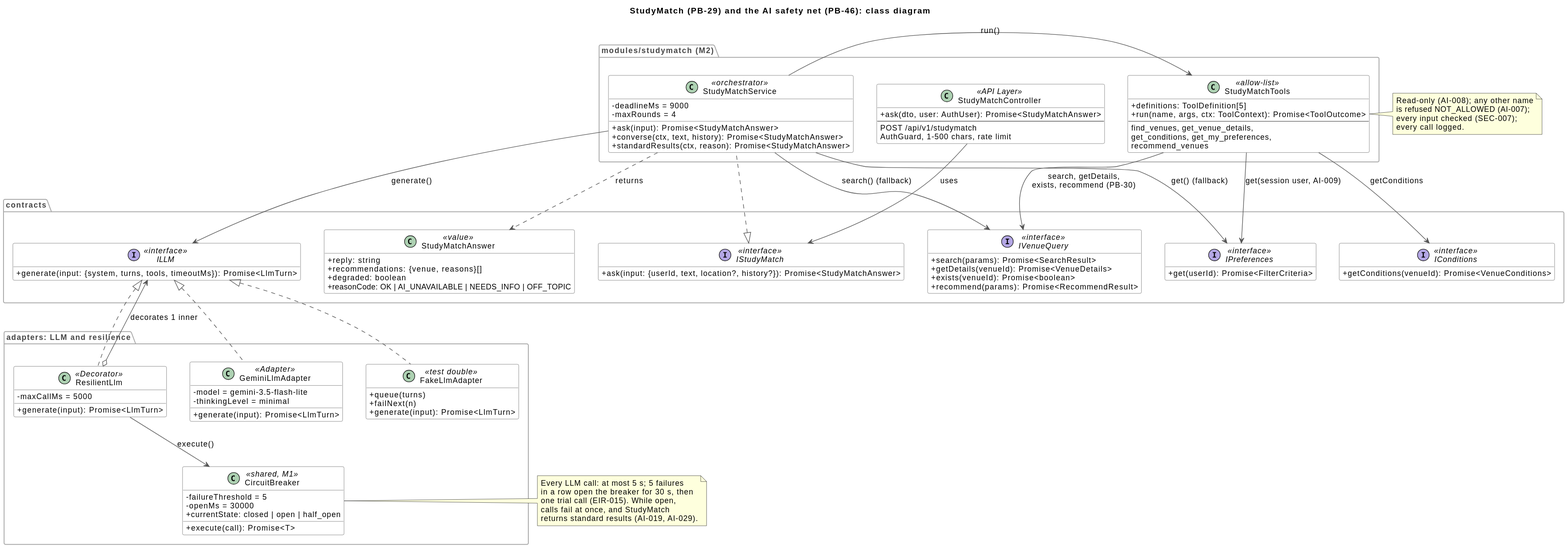
yasmeennasrr/StudySpot keeps this PlantUML diagram as docs/architecture/uml/studymatch-class.svg. Above is the earlier version.
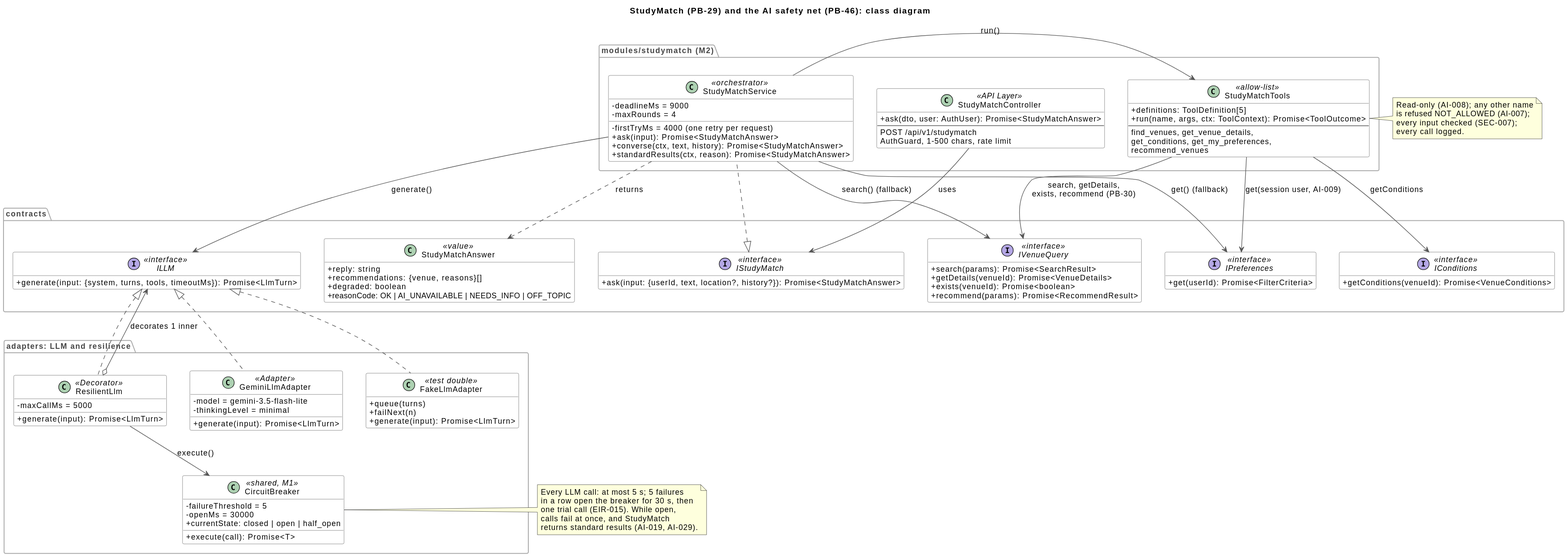
Later version of the same file.

Commit message:
PB-46 StudyMatch retries one slow AI call per request, within the 9 s deadline

Change to the diagram source:
```diff
@@ -29,6 +29,7 @@
   class StudyMatchService <<orchestrator>> {
     -deadlineMs = 9000
     -maxRounds = 4
+    -firstTryMs = 4000 (one retry per request)
     +ask(input): Promise<StudyMatchAnswer>
     +converse(ctx, text, history): Promise<StudyMatchAnswer>
     +standardResults(ctx, reason): Promise<StudyMatchAnswer>
```
